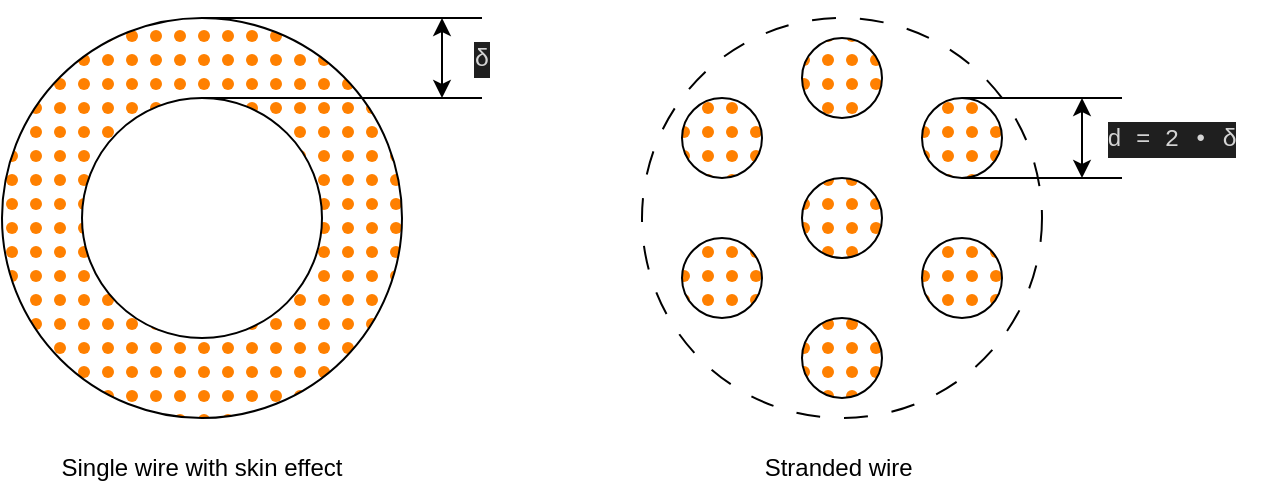
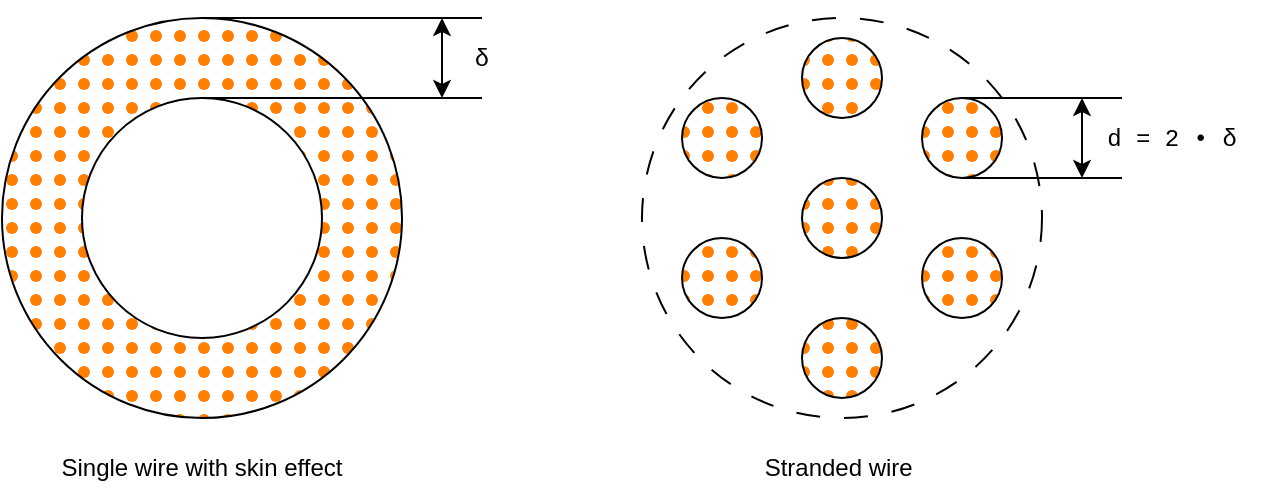
<mxfile host="Electron" agent="Mozilla/5.0 (Macintosh; Intel Mac OS X 10_15_7) AppleWebKit/537.36 (KHTML, like Gecko) draw.io/27.0.9 Chrome/134.0.6998.205 Electron/35.4.0 Safari/537.36" version="27.0.9">
  <diagram name="Page-1" id="DtA02MCZAmyAWzAIblyH">
    <mxGraphModel dx="823" dy="590" grid="1" gridSize="10" guides="1" tooltips="1" connect="1" arrows="1" fold="1" page="1" pageScale="1" pageWidth="850" pageHeight="1100" math="0" shadow="0">
      <root>
        <mxCell id="0" />
        <mxCell id="1" parent="0" />
+         <mxCell id="CJ5QHaKds9eVJ6smUBEt-15" value="" style="ellipse;whiteSpace=wrap;html=1;aspect=fixed;fillColor=none;dashed=1;dashPattern=12 12;" vertex="1" parent="1">
+           <mxGeometry x="360" y="240" width="200" height="200" as="geometry" />
+         </mxCell>
        <mxCell id="CJ5QHaKds9eVJ6smUBEt-1" value="" style="ellipse;whiteSpace=wrap;html=1;aspect=fixed;fillStyle=dots;fillColor=#FF8000;" vertex="1" parent="1">
          <mxGeometry x="40" y="240" width="200" height="200" as="geometry" />
        </mxCell>
        <mxCell id="CJ5QHaKds9eVJ6smUBEt-2" value="" style="ellipse;whiteSpace=wrap;html=1;aspect=fixed;fillStyle=dots;fillColor=#FF8000;" vertex="1" parent="1">
          <mxGeometry x="440" y="250" width="40" height="40" as="geometry" />
        </mxCell>
        <mxCell id="CJ5QHaKds9eVJ6smUBEt-3" value="" style="ellipse;whiteSpace=wrap;html=1;aspect=fixed;fillStyle=dots;fillColor=#FF8000;" vertex="1" parent="1">
          <mxGeometry x="440" y="320" width="40" height="40" as="geometry" />
        </mxCell>
        <mxCell id="CJ5QHaKds9eVJ6smUBEt-4" value="" style="ellipse;whiteSpace=wrap;html=1;aspect=fixed;fillStyle=dots;fillColor=#FF8000;" vertex="1" parent="1">
          <mxGeometry x="440" y="390" width="40" height="40" as="geometry" />
        </mxCell>
        <mxCell id="CJ5QHaKds9eVJ6smUBEt-5" value="" style="ellipse;whiteSpace=wrap;html=1;aspect=fixed;fillStyle=dots;fillColor=#FF8000;" vertex="1" parent="1">
          <mxGeometry x="500" y="280" width="40" height="40" as="geometry" />
        </mxCell>
        <mxCell id="CJ5QHaKds9eVJ6smUBEt-6" value="" style="ellipse;whiteSpace=wrap;html=1;aspect=fixed;fillStyle=dots;fillColor=#FF8000;" vertex="1" parent="1">
          <mxGeometry x="500" y="350" width="40" height="40" as="geometry" />
        </mxCell>
        <mxCell id="CJ5QHaKds9eVJ6smUBEt-7" value="" style="ellipse;whiteSpace=wrap;html=1;aspect=fixed;fillStyle=dots;fillColor=#FF8000;" vertex="1" parent="1">
          <mxGeometry x="380" y="280" width="40" height="40" as="geometry" />
        </mxCell>
        <mxCell id="CJ5QHaKds9eVJ6smUBEt-8" value="" style="ellipse;whiteSpace=wrap;html=1;aspect=fixed;fillStyle=dots;fillColor=#FF8000;" vertex="1" parent="1">
          <mxGeometry x="380" y="350" width="40" height="40" as="geometry" />
        </mxCell>
        <mxCell id="CJ5QHaKds9eVJ6smUBEt-9" value="" style="ellipse;whiteSpace=wrap;html=1;aspect=fixed;" vertex="1" parent="1">
          <mxGeometry x="80" y="280" width="120" height="120" as="geometry" />
        </mxCell>
        <mxCell id="CJ5QHaKds9eVJ6smUBEt-10" value="" style="endArrow=classic;startArrow=classic;html=1;rounded=0;" edge="1" parent="1">
          <mxGeometry width="50" height="50" relative="1" as="geometry">
            <mxPoint x="260" y="280" as="sourcePoint" />
            <mxPoint x="260" y="240" as="targetPoint" />
          </mxGeometry>
        </mxCell>
        <mxCell id="CJ5QHaKds9eVJ6smUBEt-11" value="" style="endArrow=none;html=1;rounded=0;exitX=0.5;exitY=0;exitDx=0;exitDy=0;" edge="1" parent="1" source="CJ5QHaKds9eVJ6smUBEt-1">
          <mxGeometry width="50" height="50" relative="1" as="geometry">
            <mxPoint x="350" y="370" as="sourcePoint" />
            <mxPoint x="280" y="240" as="targetPoint" />
          </mxGeometry>
        </mxCell>
        <mxCell id="CJ5QHaKds9eVJ6smUBEt-13" value="" style="endArrow=none;html=1;rounded=0;exitX=0.5;exitY=0;exitDx=0;exitDy=0;" edge="1" parent="1">
          <mxGeometry width="50" height="50" relative="1" as="geometry">
            <mxPoint x="140" y="280" as="sourcePoint" />
            <mxPoint x="280" y="280" as="targetPoint" />
          </mxGeometry>
        </mxCell>
-         <mxCell id="CJ5QHaKds9eVJ6smUBEt-14" value="&lt;div style=&quot;color: rgb(204, 204, 204); background-color: rgb(31, 31, 31); font-family: Menlo, Monaco, &amp;quot;Courier New&amp;quot;, monospace; line-height: 18px; white-space: pre;&quot;&gt;&lt;span style=&quot;color: #d4d4d4;&quot;&gt;δ&lt;/span&gt;&lt;/div&gt;" style="text;html=1;align=center;verticalAlign=middle;whiteSpace=wrap;rounded=0;" vertex="1" parent="1">
+         <mxCell id="CJ5QHaKds9eVJ6smUBEt-14" value="&lt;div style=&quot;font-family: Menlo, Monaco, &amp;quot;Courier New&amp;quot;, monospace; line-height: 18px; white-space: pre;&quot;&gt;&lt;span style=&quot;&quot;&gt;δ&lt;/span&gt;&lt;/div&gt;" style="text;html=1;align=center;verticalAlign=middle;whiteSpace=wrap;rounded=0;fillColor=none;fontColor=#000000;labelBackgroundColor=none;" vertex="1" parent="1">
          <mxGeometry x="260" y="240" width="40" height="40" as="geometry" />
-         </mxCell>
-         <mxCell id="CJ5QHaKds9eVJ6smUBEt-15" value="" style="ellipse;whiteSpace=wrap;html=1;aspect=fixed;fillColor=none;dashed=1;dashPattern=12 12;" vertex="1" parent="1">
-           <mxGeometry x="360" y="240" width="200" height="200" as="geometry" />
        </mxCell>
        <mxCell id="CJ5QHaKds9eVJ6smUBEt-16" value="Single wire with skin effect" style="text;html=1;align=center;verticalAlign=middle;whiteSpace=wrap;rounded=0;" vertex="1" parent="1">
          <mxGeometry x="40" y="450" width="200" height="30" as="geometry" />
        </mxCell>
        <mxCell id="CJ5QHaKds9eVJ6smUBEt-17" value="Stranded wire&amp;nbsp;" style="text;html=1;align=center;verticalAlign=middle;whiteSpace=wrap;rounded=0;" vertex="1" parent="1">
          <mxGeometry x="360" y="450" width="200" height="30" as="geometry" />
        </mxCell>
        <mxCell id="CJ5QHaKds9eVJ6smUBEt-18" value="" style="endArrow=none;html=1;rounded=0;exitX=0.5;exitY=0;exitDx=0;exitDy=0;" edge="1" parent="1">
          <mxGeometry width="50" height="50" relative="1" as="geometry">
            <mxPoint x="520" y="280" as="sourcePoint" />
            <mxPoint x="600" y="280" as="targetPoint" />
          </mxGeometry>
        </mxCell>
        <mxCell id="CJ5QHaKds9eVJ6smUBEt-19" value="" style="endArrow=none;html=1;rounded=0;exitX=0.5;exitY=0;exitDx=0;exitDy=0;" edge="1" parent="1">
          <mxGeometry width="50" height="50" relative="1" as="geometry">
            <mxPoint x="520" y="320" as="sourcePoint" />
            <mxPoint x="600" y="320" as="targetPoint" />
          </mxGeometry>
        </mxCell>
-         <mxCell id="CJ5QHaKds9eVJ6smUBEt-20" value="&lt;div style=&quot;color: rgb(204, 204, 204); background-color: rgb(31, 31, 31); font-family: Menlo, Monaco, &amp;quot;Courier New&amp;quot;, monospace; line-height: 18px; white-space: pre;&quot;&gt;&lt;span style=&quot;color: #d4d4d4;&quot;&gt;d = 2 • δ&lt;/span&gt;&lt;/div&gt;" style="text;html=1;align=center;verticalAlign=middle;whiteSpace=wrap;rounded=0;" vertex="1" parent="1">
+         <mxCell id="CJ5QHaKds9eVJ6smUBEt-20" value="&lt;div style=&quot;font-family: Menlo, Monaco, &amp;quot;Courier New&amp;quot;, monospace; line-height: 18px; white-space: pre;&quot;&gt;&lt;span style=&quot;&quot;&gt;d = 2 • δ&lt;/span&gt;&lt;/div&gt;" style="text;html=1;align=center;verticalAlign=middle;whiteSpace=wrap;rounded=0;fillColor=none;fontColor=#000000;labelBackgroundColor=none;" vertex="1" parent="1">
          <mxGeometry x="580" y="280" width="90" height="40" as="geometry" />
        </mxCell>
        <mxCell id="CJ5QHaKds9eVJ6smUBEt-21" value="" style="endArrow=classic;startArrow=classic;html=1;rounded=0;" edge="1" parent="1">
          <mxGeometry width="50" height="50" relative="1" as="geometry">
            <mxPoint x="580" y="320" as="sourcePoint" />
            <mxPoint x="580" y="280" as="targetPoint" />
          </mxGeometry>
        </mxCell>
      </root>
    </mxGraphModel>
  </diagram>
</mxfile>
